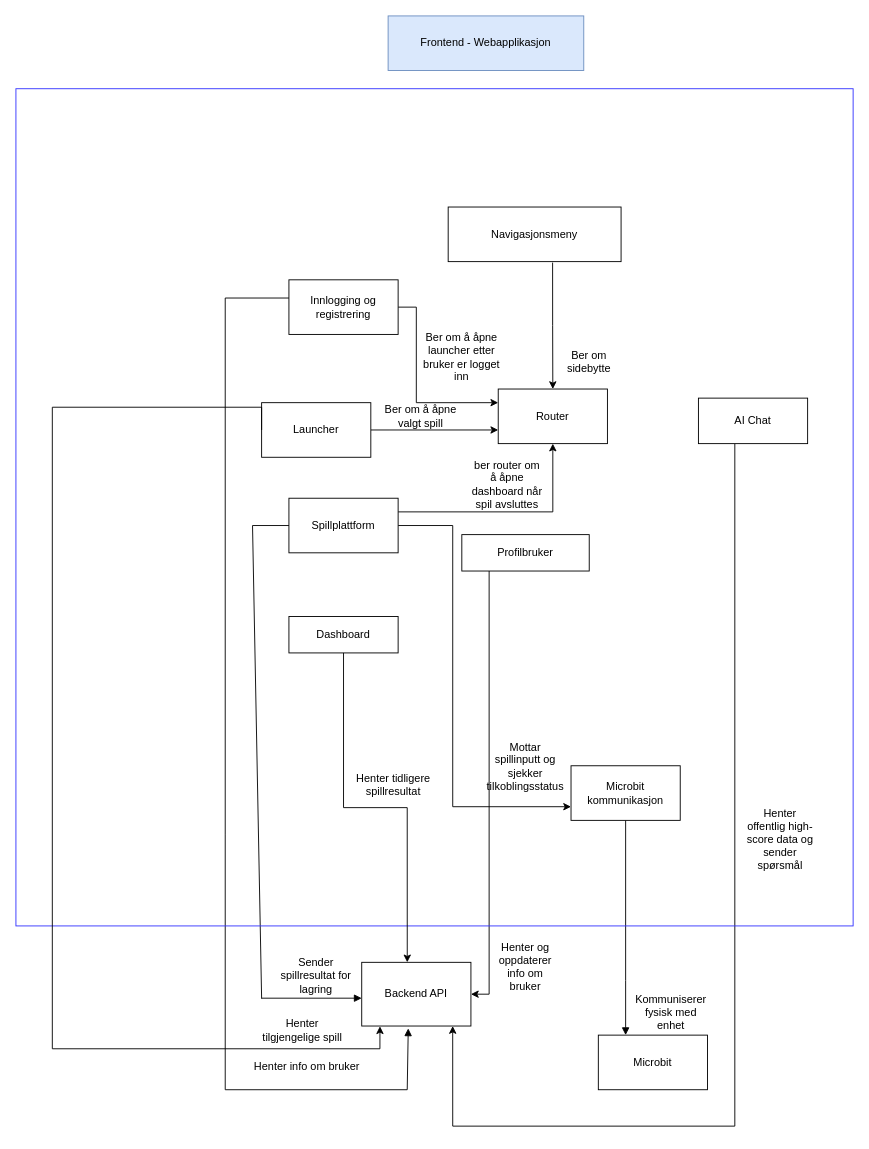
This is webapp/spec/models/c4-komponentmodell_nivaa3.drawio from Hoglar/mikrobitGames, a draw.io file, before an edit. Source tidied: cells renumbered, new cells numbered last; positions are measured from the earlier drawing's top-left corner, leaving out a move shared by most shapes. Both pictures are drawn from the tidied source at 91%, with x=0, y=0 at pixel (15, 15).
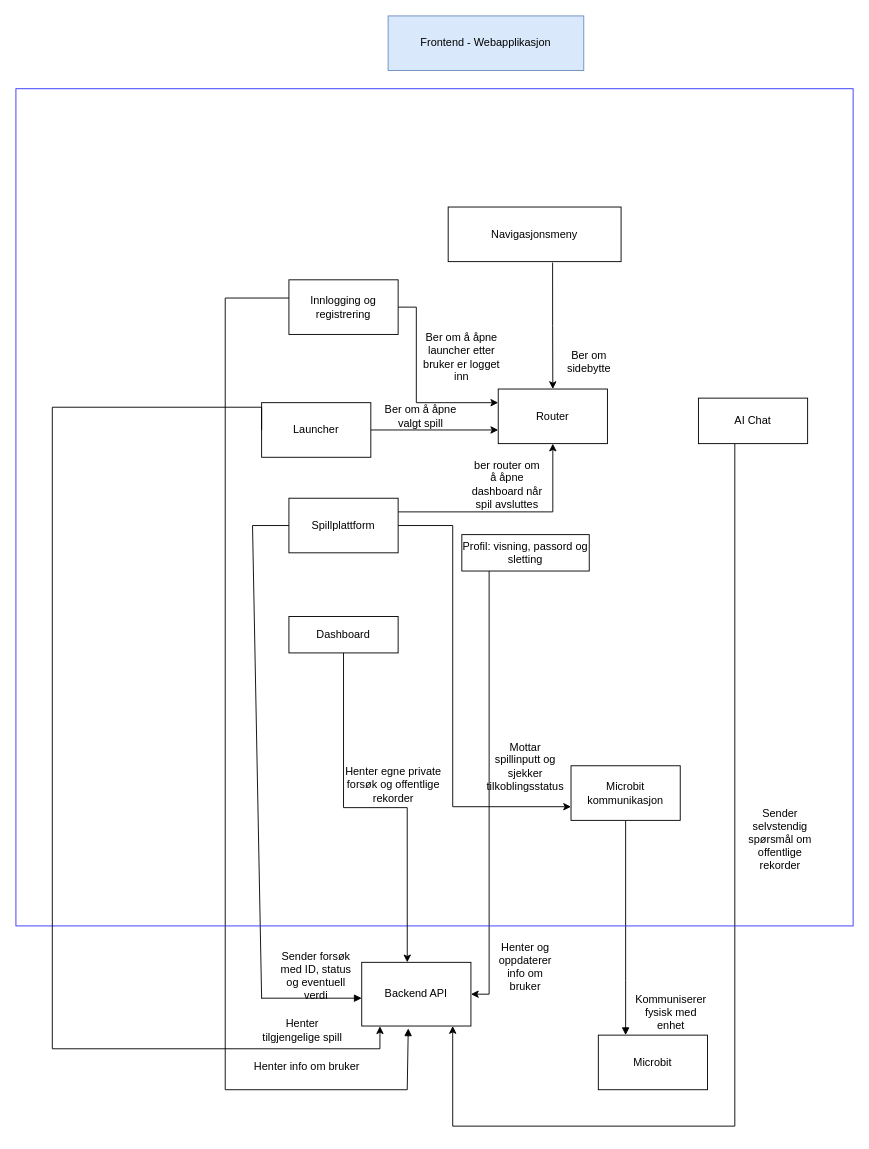
After the change.

What changed in the source:
```diff
@@
-    <mxCell id="11" value="Profilbruker" style="rounded=0;whiteSpace=wrap;html=1;" parent="1" vertex="1">
+    <mxCell id="11" value="Profil: visning, passord og sletting" style="rounded=0;whiteSpace=wrap;html=1;" parent="1" vertex="1">
       <mxGeometry x="490" y="570" width="140" height="40" as="geometry" />
     </mxCell>
@@
-    <mxCell id="21" value="Henter tidligere spillresultat" style="text;html=1;whiteSpace=wrap;strokeColor=none;fillColor=none;align=center;verticalAlign=middle;rounded=0;" parent="1" vertex="1">
+    <mxCell id="21" value="Henter egne private forsøk og offentlige rekorder" style="text;html=1;whiteSpace=wrap;strokeColor=none;fillColor=none;align=center;verticalAlign=middle;rounded=0;" parent="1" vertex="1">
       <mxGeometry x="360" y="830" width="110" height="30" as="geometry" />
     </mxCell>
@@
-    <mxCell id="26" value="Sender spillresultat for lagring" style="text;html=1;whiteSpace=wrap;strokeColor=none;fillColor=none;align=center;verticalAlign=middle;rounded=0;" parent="1" vertex="1">
+    <mxCell id="26" value="Sender forsøk med ID, status og eventuell verdi" style="text;html=1;whiteSpace=wrap;strokeColor=none;fillColor=none;align=center;verticalAlign=middle;rounded=0;" parent="1" vertex="1">
       <mxGeometry x="290" y="1040" width="80" height="30" as="geometry" />
     </mxCell>
@@
-    <mxCell id="31" value="Henter offentlig high-score data og sender spørsmål" style="text;html=1;whiteSpace=wrap;strokeColor=none;fillColor=none;align=center;verticalAlign=middle;rounded=0;" parent="1" vertex="1">
+    <mxCell id="31" value="Sender selvstendig spørsmål om offentlige rekorder" style="text;html=1;whiteSpace=wrap;strokeColor=none;fillColor=none;align=center;verticalAlign=middle;rounded=0;" parent="1" vertex="1">
       <mxGeometry x="800" y="890" width="80" height="30" as="geometry" />
     </mxCell>
```
